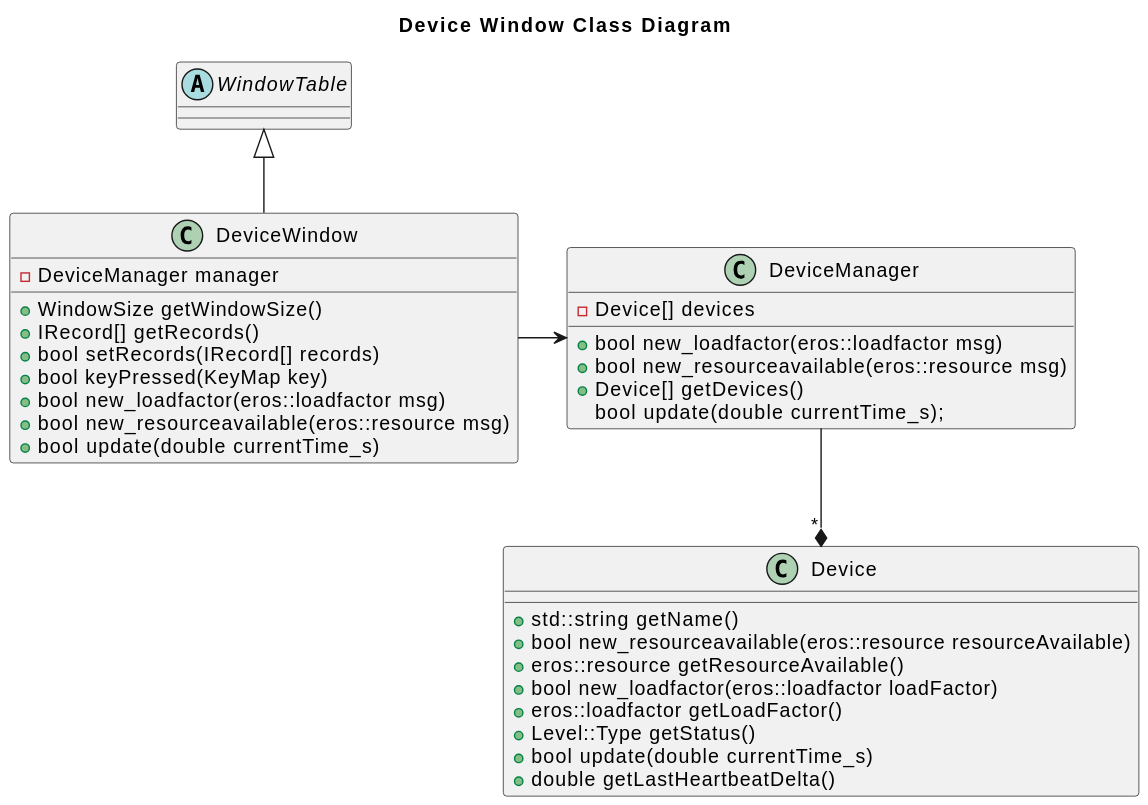
Earlier version of the PlantUML export doc/SystemMonitor/Windows/DeviceWindow/output/DeviceWindowClassDiagram.svg (dgitz/eros).
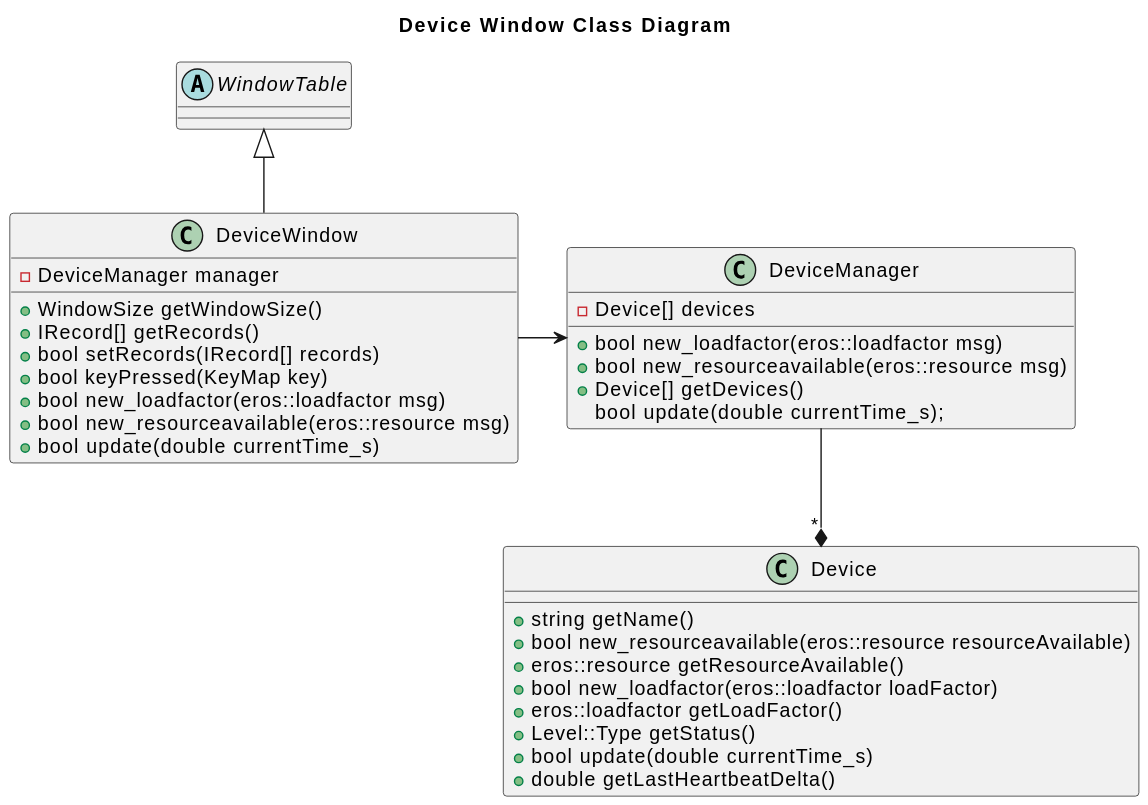
After the change.

What changed in the source:
```diff
@@ -22,7 +22,7 @@
 }
 DeviceWindow -> DeviceManager
 class Device {
-    +std::string getName()
+    +string getName()
     +bool new_resourceavailable(eros::resource resourceAvailable)
     +eros::resource getResourceAvailable()
     +bool new_loadfactor(eros::loadfactor loadFactor)
```
